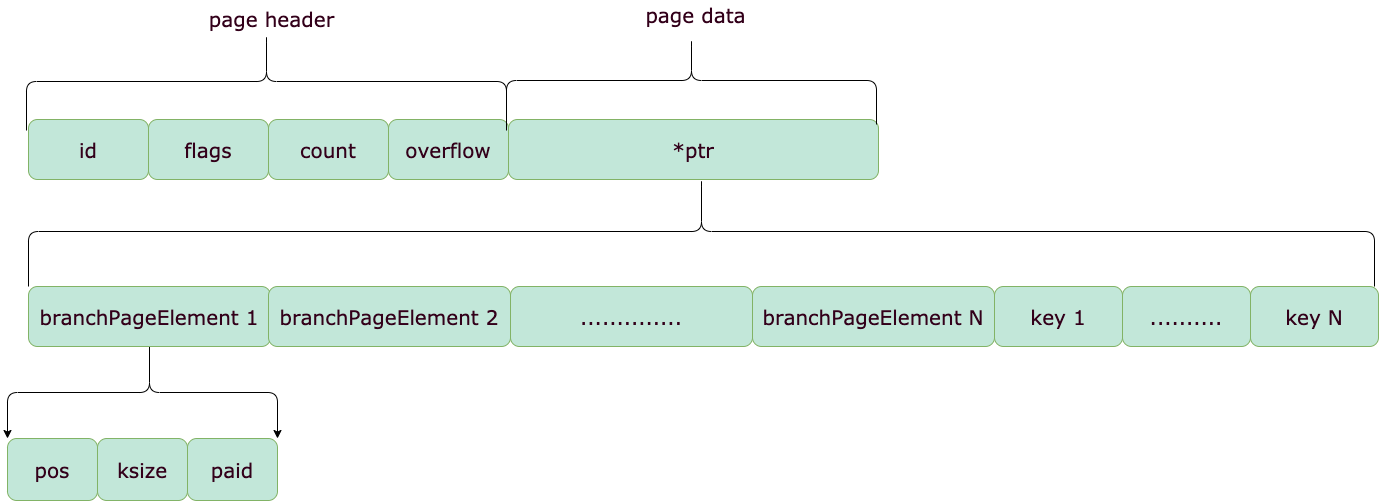
Before: uPic/分支节点类型page示意图.png, a diagram exported from draw.io (hfdpx/fictional-sniffle). Source tidied: cells renumbered, new cells last; positions are measured from the earlier drawing's top-left corner, leaving out a move shared by most shapes.
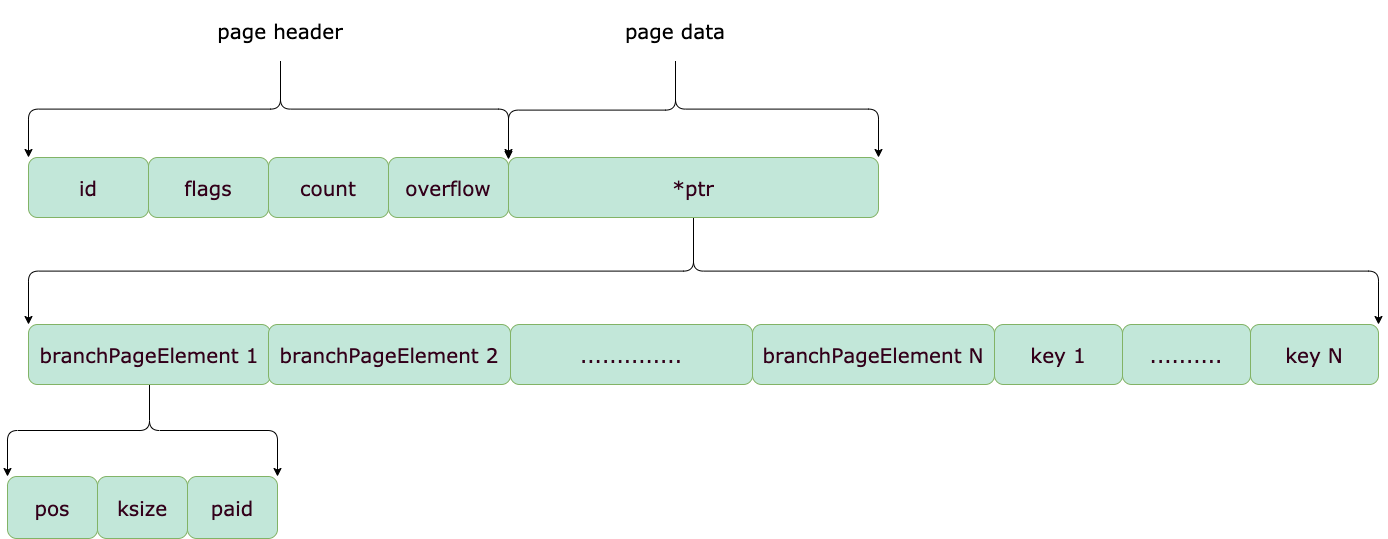
Later version of the same file.

Commit message:
更新分支节点类型page示意图.png

Change to the diagram source:
```diff
@@ -11,24 +11,18 @@
     <mxCell id="4" value="overflow" style="rounded=1;whiteSpace=wrap;html=1;strokeColor=#82b366;fillColor=#C2E7D9;fontFamily=Verdana;fontSize=20;fontColor=#33001A;" parent="1" vertex="1">
       <mxGeometry x="381" y="119" width="120" height="60" as="geometry" />
     </mxCell>
+    <mxCell id="24" style="edgeStyle=orthogonalEdgeStyle;curved=0;rounded=1;sketch=0;jettySize=auto;html=1;exitX=0.5;exitY=1;exitDx=0;exitDy=0;entryX=0;entryY=0;entryDx=0;entryDy=0;fontFamily=Verdana;fontSize=20;" parent="1" edge="1" source="5" target="13">
+      <mxGeometry relative="1" as="geometry" />
+    </mxCell>
+    <mxCell id="25" style="edgeStyle=orthogonalEdgeStyle;curved=0;rounded=1;sketch=0;jettySize=auto;html=1;exitX=0.5;exitY=1;exitDx=0;exitDy=0;entryX=1;entryY=0;entryDx=0;entryDy=0;fontFamily=Verdana;fontSize=20;" parent="1" edge="1" source="5" target="19">
+      <mxGeometry relative="1" as="geometry" />
+    </mxCell>
     <mxCell id="5" value="*ptr" style="rounded=1;whiteSpace=wrap;html=1;strokeColor=#82b366;fillColor=#C2E7D9;fontFamily=Verdana;fontSize=20;fontColor=#33001A;" parent="1" vertex="1">
       <mxGeometry x="501" y="119" width="370" height="60" as="geometry" />
     </mxCell>
     <mxCell id="6" value="id" style="rounded=1;whiteSpace=wrap;html=1;strokeColor=#82b366;fillColor=#C2E7D9;fontFamily=Verdana;fontSize=20;fontColor=#33001A;" parent="1" vertex="1">
       <mxGeometry x="21" y="119" width="120" height="60" as="geometry" />
     </mxCell>
-    <mxCell id="7" style="shape=curlyBracket;whiteSpace=wrap;html=1;rounded=1;fontFamily=Verdana;fontSize=20;fillColor=#C2E7D9;direction=south;fontColor=#33001A;" parent="1" vertex="1">
-      <mxGeometry x="499" y="36" width="370" height="88" as="geometry" />
-    </mxCell>
-    <mxCell id="8" value="page data" style="text;html=1;align=center;verticalAlign=middle;points=[];strokeColor=none;fillColor=none;fontSize=20;fontFamily=Verdana;fontColor=#33001A;" parent="1" vertex="1">
-      <mxGeometry x="633" width="110" height="28" as="geometry" />
-    </mxCell>
-    <mxCell id="9" style="shape=curlyBracket;whiteSpace=wrap;html=1;rounded=1;fontFamily=Verdana;fontSize=20;fillColor=#C2E7D9;direction=south;fontColor=#33001A;" parent="1" vertex="1">
-      <mxGeometry x="21" y="176" width="1346" height="110" as="geometry" />
-    </mxCell>
-    <mxCell id="10" value="page header" style="text;html=1;align=center;verticalAlign=middle;points=[];strokeColor=none;fillColor=none;fontSize=20;fontFamily=Verdana;fontColor=#33001A;" parent="1" vertex="1">
-      <mxGeometry x="196" y="4" width="135" height="28" as="geometry" />
-    </mxCell>
     <mxCell id="11" style="edgeStyle=orthogonalEdgeStyle;curved=0;rounded=1;sketch=0;jettySize=auto;html=1;entryX=0;entryY=0;entryDx=0;entryDy=0;fontFamily=Verdana;fontSize=20;exitX=0.5;exitY=1;exitDx=0;exitDy=0;" parent="1" edge="1" source="13" target="20">
       <mxGeometry relative="1" as="geometry" />
     </mxCell>
@@ -65,8 +59,25 @@
     <mxCell id="22" value="paid" style="rounded=1;whiteSpace=wrap;html=1;strokeColor=#82b366;fillColor=#C2E7D9;fontFamily=Verdana;fontSize=20;fontColor=#33001A;" parent="1" vertex="1">
       <mxGeometry x="180" y="438" width="90" height="62" as="geometry" />
     </mxCell>
-    <mxCell id="23" style="shape=curlyBracket;whiteSpace=wrap;html=1;rounded=1;fontFamily=Verdana;fontSize=20;fillColor=#C2E7D9;direction=south;fontColor=#33001A;" parent="1" vertex="1">
-      <mxGeometry x="19" y="32" width="480" height="98" as="geometry" />
-    </mxCell>
+    <mxCell id="26" style="edgeStyle=orthogonalEdgeStyle;curved=0;rounded=1;sketch=0;jettySize=auto;html=1;entryX=0;entryY=0;entryDx=0;entryDy=0;fontFamily=Verdana;fontSize=20;exitX=0.5;exitY=1;exitDx=0;exitDy=0;" parent="1" edge="1" source="10" target="6">
+      <mxGeometry relative="1" as="geometry" />
+    </mxCell>
+    <mxCell id="27" style="edgeStyle=orthogonalEdgeStyle;curved=0;rounded=1;sketch=0;jettySize=auto;html=1;exitX=0.5;exitY=1;exitDx=0;exitDy=0;entryX=1;entryY=0;entryDx=0;entryDy=0;fontFamily=Verdana;fontSize=20;" parent="1" edge="1" source="10" target="4">
+      <mxGeometry relative="1" as="geometry" />
+    </mxCell>
+    <mxCell id="10" value="page header" style="rounded=1;whiteSpace=wrap;html=1;sketch=0;fontFamily=Verdana;fontSize=20;strokeColor=#FFFFFF;" parent="1" vertex="1">
+      <mxGeometry x="195" y="-38" width="156" height="60" as="geometry" />
+    </mxCell>
+    <mxCell id="28" style="edgeStyle=orthogonalEdgeStyle;curved=0;rounded=1;sketch=0;jettySize=auto;html=1;exitX=0.5;exitY=1;exitDx=0;exitDy=0;fontFamily=Verdana;fontSize=20;" parent="1" edge="1" source="8">
+      <mxGeometry relative="1" as="geometry">
+        <mxPoint x="501" y="121" as="targetPoint" />
+      </mxGeometry>
+    </mxCell>
+    <mxCell id="29" style="edgeStyle=orthogonalEdgeStyle;curved=0;rounded=1;sketch=0;jettySize=auto;html=1;exitX=0.5;exitY=1;exitDx=0;exitDy=0;entryX=1;entryY=0;entryDx=0;entryDy=0;fontFamily=Verdana;fontSize=20;" parent="1" edge="1" source="8" target="5">
+      <mxGeometry relative="1" as="geometry" />
+    </mxCell>
+    <mxCell id="8" value="page data" style="rounded=1;whiteSpace=wrap;html=1;sketch=0;fontFamily=Verdana;fontSize=20;strokeColor=#FFFFFF;" parent="1" vertex="1">
+      <mxGeometry x="589" y="-38" width="158" height="60" as="geometry" />
+    </mxCell>
   </root>
 </mxGraphModel>
```
